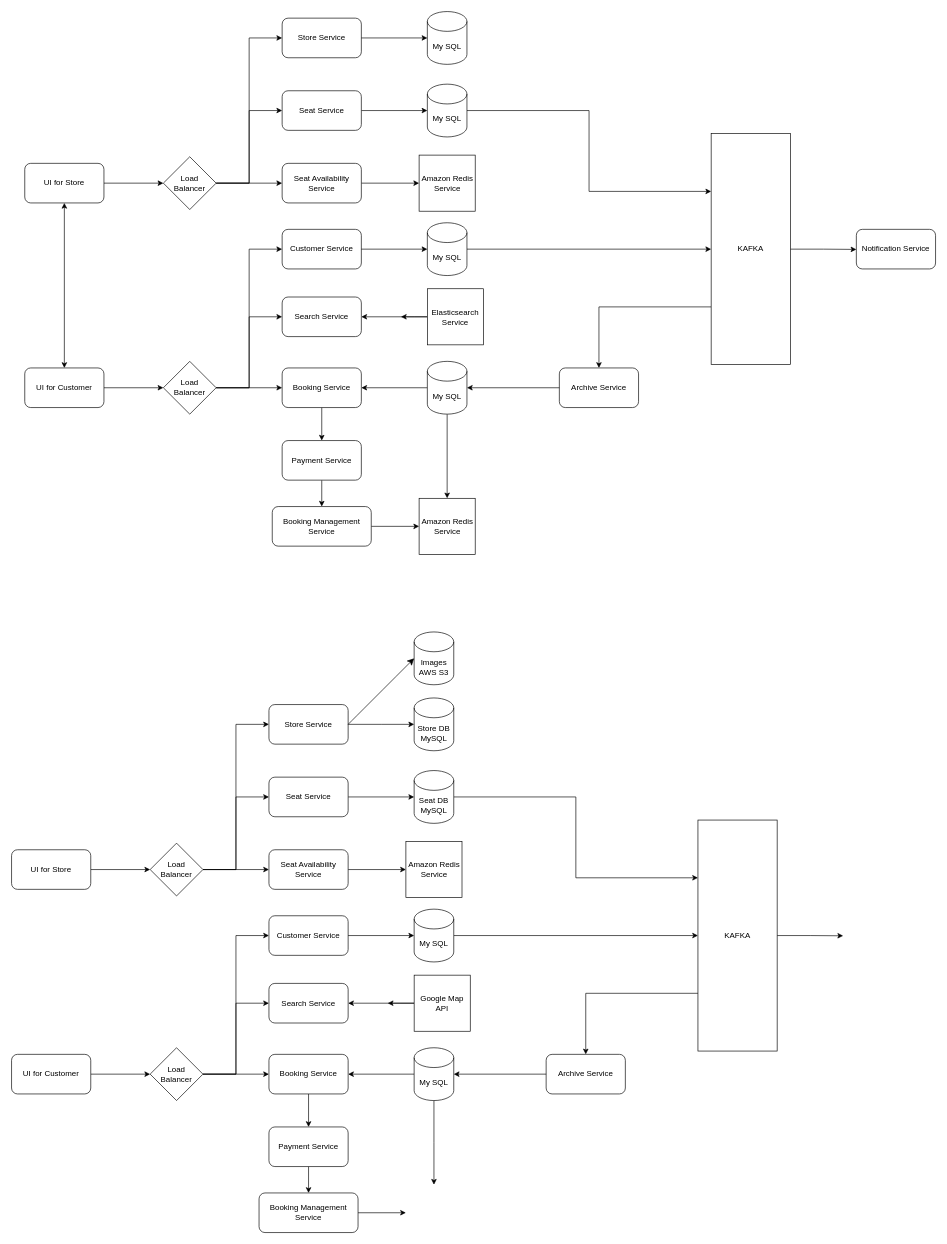
dodooodo/feplace keeps this draw.io diagram as Untitled Diagram.drawio. Above is the earlier version. Source tidied: cells renumbered, new cells numbered last; positions are measured from the earlier drawing's top-left corner, leaving out a move shared by most shapes. Both pictures are drawn from the tidied source at 66%, with x=0, y=0 at pixel (11, 11).
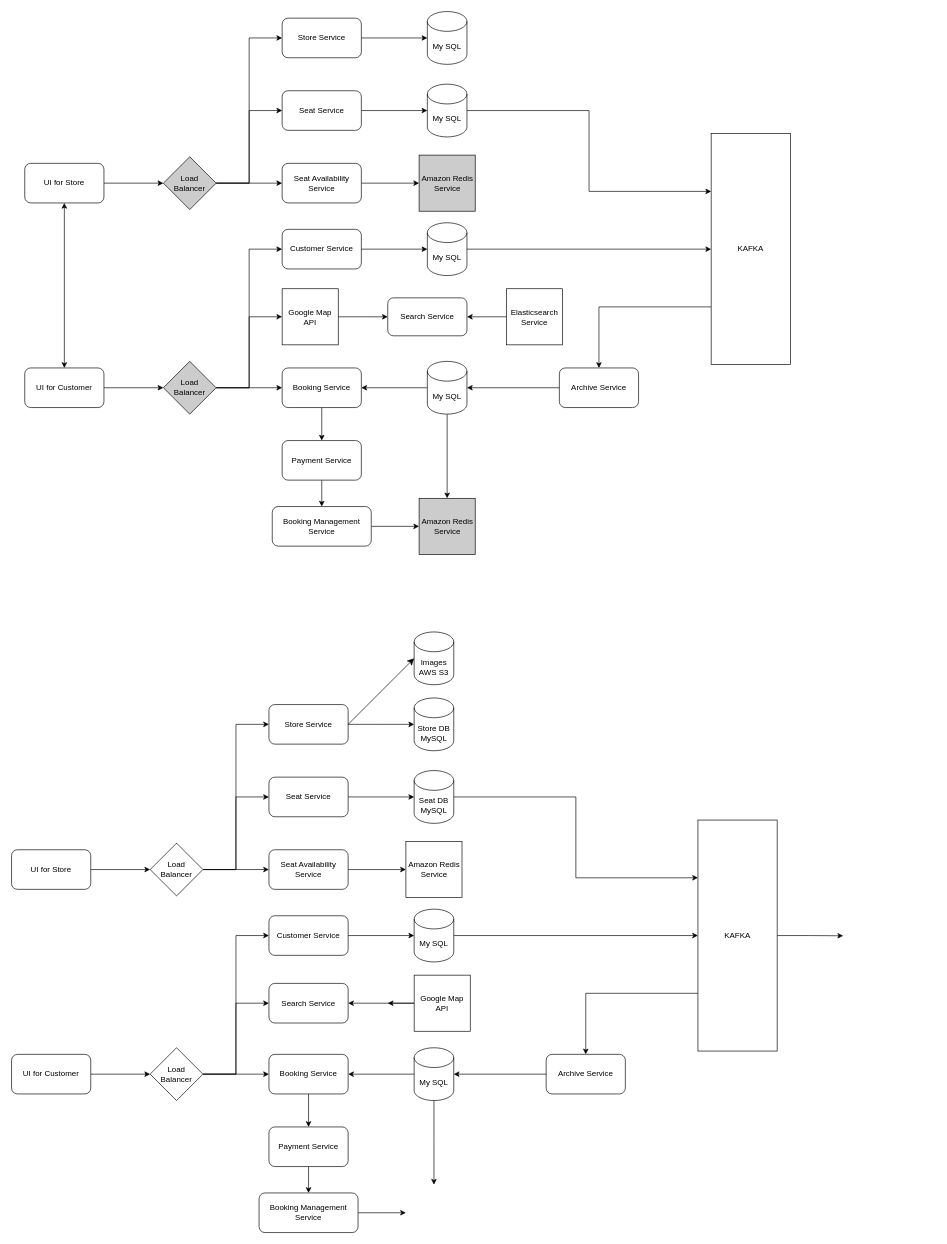
After the change.

Unchanged cells that the change refers to:
```xml
<mxCell id="40" value="KAFKA" style="rounded=0;whiteSpace=wrap;html=1;" parent="1" vertex="1">
  <mxGeometry x="1060" y="185" width="120" height="350" as="geometry" />
</mxCell>
```

Change to the diagram source:
```diff
@@
-    <mxCell id="9" value="Load&lt;div&gt;Balancer&lt;/div&gt;" style="rhombus;whiteSpace=wrap;html=1;" parent="1" vertex="1">
+    <mxCell id="9" value="Load&lt;div&gt;Balancer&lt;/div&gt;" style="rhombus;whiteSpace=wrap;html=1;fillColor=#CCCCCC;" parent="1" vertex="1">
       <mxGeometry x="230" y="220" width="80" height="80" as="geometry" />
     </mxCell>
-    <mxCell id="10" style="edgeStyle=orthogonalEdgeStyle;rounded=0;jettySize=auto;html=1;exitX=1;exitY=0.5;exitDx=0;exitDy=0;entryX=0;entryY=0.5;entryDx=0;entryDy=0;" parent="1" edge="1" source="13" target="17">
+    <mxCell id="10" style="edgeStyle=orthogonalEdgeStyle;rounded=0;jettySize=auto;html=1;exitX=1;exitY=0.5;exitDx=0;exitDy=0;entryX=0;entryY=0.5;entryDx=0;entryDy=0;" parent="1" edge="1" source="13" target="96">
       <mxGeometry relative="1" as="geometry" />
     </mxCell>
@@
-    <mxCell id="13" value="Load&lt;div&gt;Balancer&lt;/div&gt;" style="rhombus;whiteSpace=wrap;html=1;" parent="1" vertex="1">
+    <mxCell id="13" value="Load&lt;div&gt;Balancer&lt;/div&gt;" style="rhombus;whiteSpace=wrap;html=1;fillColor=#CCCCCC;" parent="1" vertex="1">
       <mxGeometry x="230" y="530" width="80" height="80" as="geometry" />
     </mxCell>
@@
-    <mxCell id="17" value="Search Service" style="rounded=1;whiteSpace=wrap;html=1;" parent="1" vertex="1">
-      <mxGeometry x="410" y="432.5" width="120" height="60" as="geometry" />
-    </mxCell>
@@
-    <mxCell id="29" style="edgeStyle=orthogonalEdgeStyle;rounded=0;jettySize=auto;html=1;exitX=0;exitY=0.5;exitDx=0;exitDy=0;entryX=1;entryY=0.5;entryDx=0;entryDy=0;" parent="1" edge="1" source="31" target="17">
-      <mxGeometry relative="1" as="geometry" />
-    </mxCell>
-    <mxCell id="30" style="edgeStyle=orthogonalEdgeStyle;rounded=0;jettySize=auto;html=1;" parent="1" edge="1" source="31">
-      <mxGeometry relative="1" as="geometry">
-        <mxPoint x="590" y="462.5" as="targetPoint" />
-      </mxGeometry>
-    </mxCell>
-    <mxCell id="31" value="Elasticsearch Service" style="rounded=0;whiteSpace=wrap;html=1;" parent="1" vertex="1">
-      <mxGeometry x="630" y="420" width="85" height="85" as="geometry" />
-    </mxCell>
@@
-    <mxCell id="36" value="Amazon Redis Service" style="rounded=0;whiteSpace=wrap;html=1;" parent="1" vertex="1">
+    <mxCell id="36" value="Amazon Redis Service" style="rounded=0;whiteSpace=wrap;html=1;fillColor=#CCCCCC;" parent="1" vertex="1">
       <mxGeometry x="617.5" y="737.5" width="85" height="85" as="geometry" />
     </mxCell>
-    <mxCell id="37" value="Amazon Redis Service" style="rounded=0;whiteSpace=wrap;html=1;" parent="1" vertex="1">
+    <mxCell id="37" value="Amazon Redis Service" style="rounded=0;whiteSpace=wrap;html=1;fillColor=#CCCCCC;" parent="1" vertex="1">
       <mxGeometry x="617.5" y="217.5" width="85" height="85" as="geometry" />
     </mxCell>
@@
-    <mxCell id="39" style="edgeStyle=orthogonalEdgeStyle;rounded=0;jettySize=auto;html=1;exitX=1;exitY=0.5;exitDx=0;exitDy=0;" parent="1" edge="1" source="40">
-      <mxGeometry relative="1" as="geometry">
-        <mxPoint x="1280" y="360.4" as="targetPoint" />
-      </mxGeometry>
-    </mxCell>
@@
-    <mxCell id="48" value="Notification Service" style="rounded=1;whiteSpace=wrap;html=1;" parent="1" vertex="1">
-      <mxGeometry x="1280" y="330" width="120" height="60" as="geometry" />
-    </mxCell>
@@
+    <mxCell id="95" style="edgeStyle=orthogonalEdgeStyle;rounded=0;jettySize=auto;html=1;exitX=1;exitY=0.5;exitDx=0;exitDy=0;entryX=0;entryY=0.5;entryDx=0;entryDy=0;" parent="1" edge="1" source="96" target="17">
+      <mxGeometry relative="1" as="geometry" />
+    </mxCell>
+    <mxCell id="96" value="Google Map API" style="rounded=0;whiteSpace=wrap;html=1;" parent="1" vertex="1">
+      <mxGeometry x="410" y="420" width="85" height="85" as="geometry" />
+    </mxCell>
+    <mxCell id="17" value="Search Service" style="rounded=1;whiteSpace=wrap;html=1;" parent="1" vertex="1">
+      <mxGeometry x="570" y="433.8" width="120" height="57.5" as="geometry" />
+    </mxCell>
+    <mxCell id="29" style="edgeStyle=orthogonalEdgeStyle;rounded=0;jettySize=auto;html=1;exitX=0;exitY=0.5;exitDx=0;exitDy=0;entryX=1;entryY=0.5;entryDx=0;entryDy=0;" parent="1" edge="1" source="31" target="17">
+      <mxGeometry relative="1" as="geometry" />
+    </mxCell>
+    <mxCell id="31" value="Elasticsearch Service" style="rounded=0;whiteSpace=wrap;html=1;" parent="1" vertex="1">
+      <mxGeometry x="750" y="420" width="85" height="85" as="geometry" />
+    </mxCell>
```
